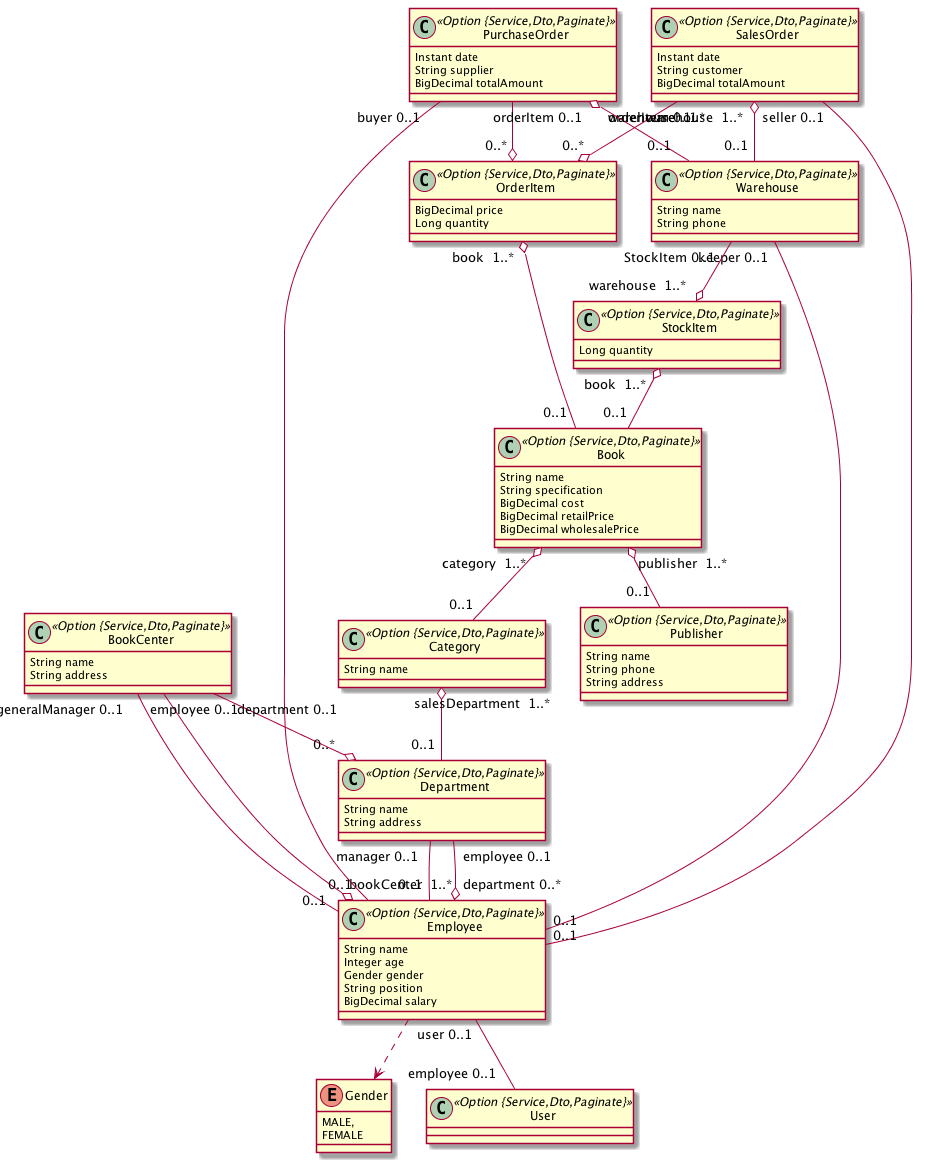
henryL1N/bookcenter keeps this PlantUML diagram as BookCenter.png. Above is the earlier version.
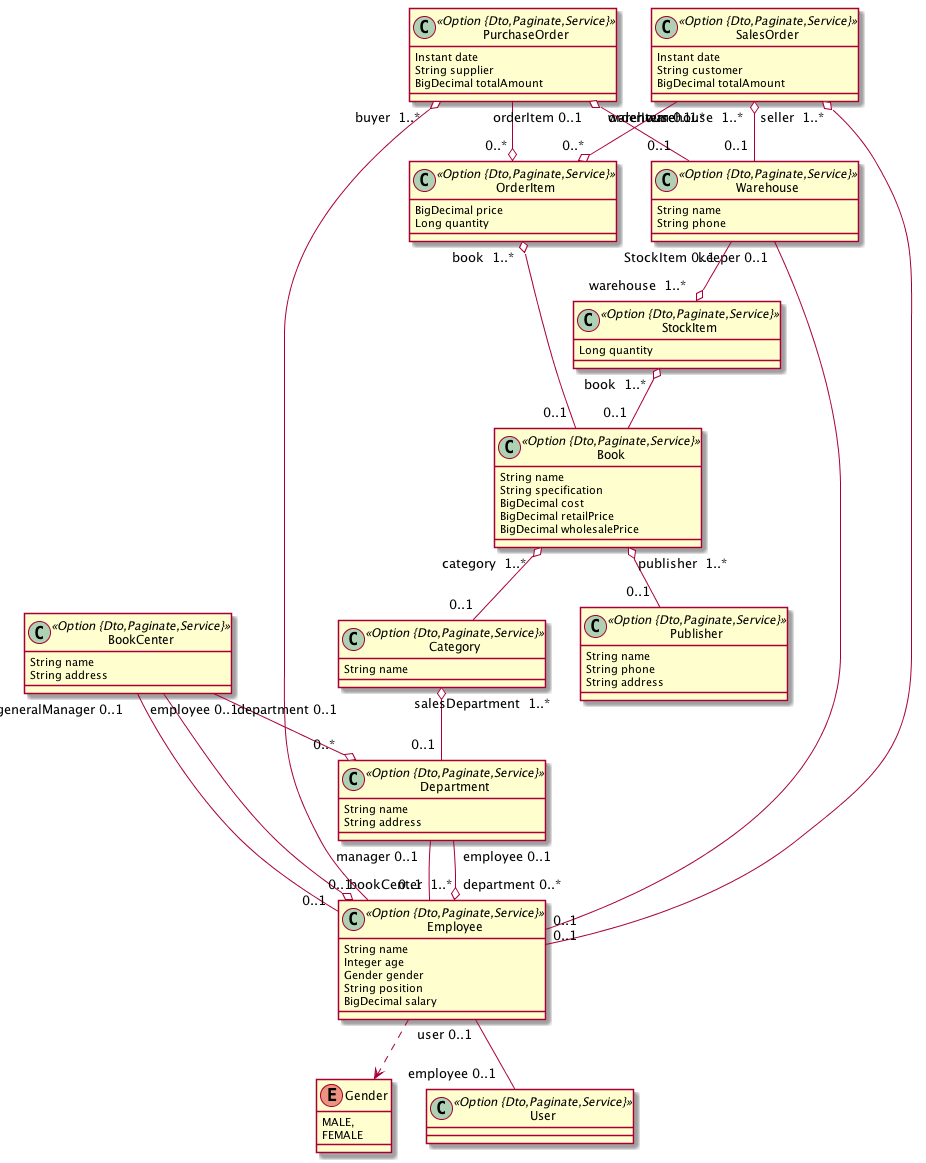
Later version of the same file.

What changed in the source:
```diff
@@ -1,24 +1,24 @@
 @startuml
 	!pragma syntax class
-	class Book <<Option {Service,Dto,Paginate}>> {
+	class Book <<Option {Dto,Paginate,Service}>> {
 		String name
 		String specification
 		BigDecimal cost
 		BigDecimal retailPrice
 		BigDecimal wholesalePrice
 	}
-	class BookCenter <<Option {Service,Dto,Paginate}>> {
+	class BookCenter <<Option {Dto,Paginate,Service}>> {
 		String name
 		String address
 	}
-	class Category <<Option {Service,Dto,Paginate}>> {
+	class Category <<Option {Dto,Paginate,Service}>> {
 		String name
 	}
-	class Department <<Option {Service,Dto,Paginate}>> {
+	class Department <<Option {Dto,Paginate,Service}>> {
 		String name
 		String address
 	}
-	class Employee <<Option {Service,Dto,Paginate}>> {
+	class Employee <<Option {Dto,Paginate,Service}>> {
 		String name
 		Integer age
 		Gender gender
@@ -30,29 +30,29 @@
 		MALE,
 		FEMALE
 	}
-	class Publisher <<Option {Service,Dto,Paginate}>> {
+	class Publisher <<Option {Dto,Paginate,Service}>> {
 		String name
 		String phone
 		String address
 	}
-	class StockItem <<Option {Service,Dto,Paginate}>> {
+	class StockItem <<Option {Dto,Paginate,Service}>> {
 		Long quantity
 	}
-	class Warehouse <<Option {Service,Dto,Paginate}>> {
+	class Warehouse <<Option {Dto,Paginate,Service}>> {
 		String name
 		String phone
 	}
-	class PurchaseOrder <<Option {Service,Dto,Paginate}>> {
+	class PurchaseOrder <<Option {Dto,Paginate,Service}>> {
 		Instant date
 		String supplier
 		BigDecimal totalAmount
 	}
-	class SalesOrder <<Option {Service,Dto,Paginate}>> {
+	class SalesOrder <<Option {Dto,Paginate,Service}>> {
 		Instant date
 		String customer
 		BigDecimal totalAmount
 	}
-	class OrderItem <<Option {Service,Dto,Paginate}>> {
+	class OrderItem <<Option {Dto,Paginate,Service}>> {
 		BigDecimal price
 		Long quantity
 	}
@@ -60,8 +60,6 @@
 	Department  "manager 0..1 " -- "0..1 "  Employee
 	Employee  "user 0..1 " -- "employee 0..1 "  User
 	Warehouse  "keeper 0..1 " -- "0..1 "  Employee
-	PurchaseOrder  "buyer 0..1 " -- "0..1 "  Employee
-	SalesOrder  "seller 0..1 " -- "0..1 "  Employee
 	BookCenter  "department 0..1 " --o "0..* "  Department
 	BookCenter  "employee 0..1 " --o "bookCenter  1..* "  Employee
 	Department  "employee 0..1 " --o "department 0..* "  Employee
@@ -75,6 +73,8 @@
 	SalesOrder  "warehouse  1..* " o-- "0..1 "  Warehouse
 	Book  "publisher  1..* " o-- "0..1 "  Publisher
 	Book  "category  1..* " o-- "0..1 "  Category
-	class User <<Option {Service,Dto,Paginate}>> {
+	PurchaseOrder  "buyer  1..* " o-- "0..1 "  Employee
+	SalesOrder  "seller  1..* " o-- "0..1 "  Employee
+	class User <<Option {Dto,Paginate,Service}>> {
 	}
 @enduml
```
